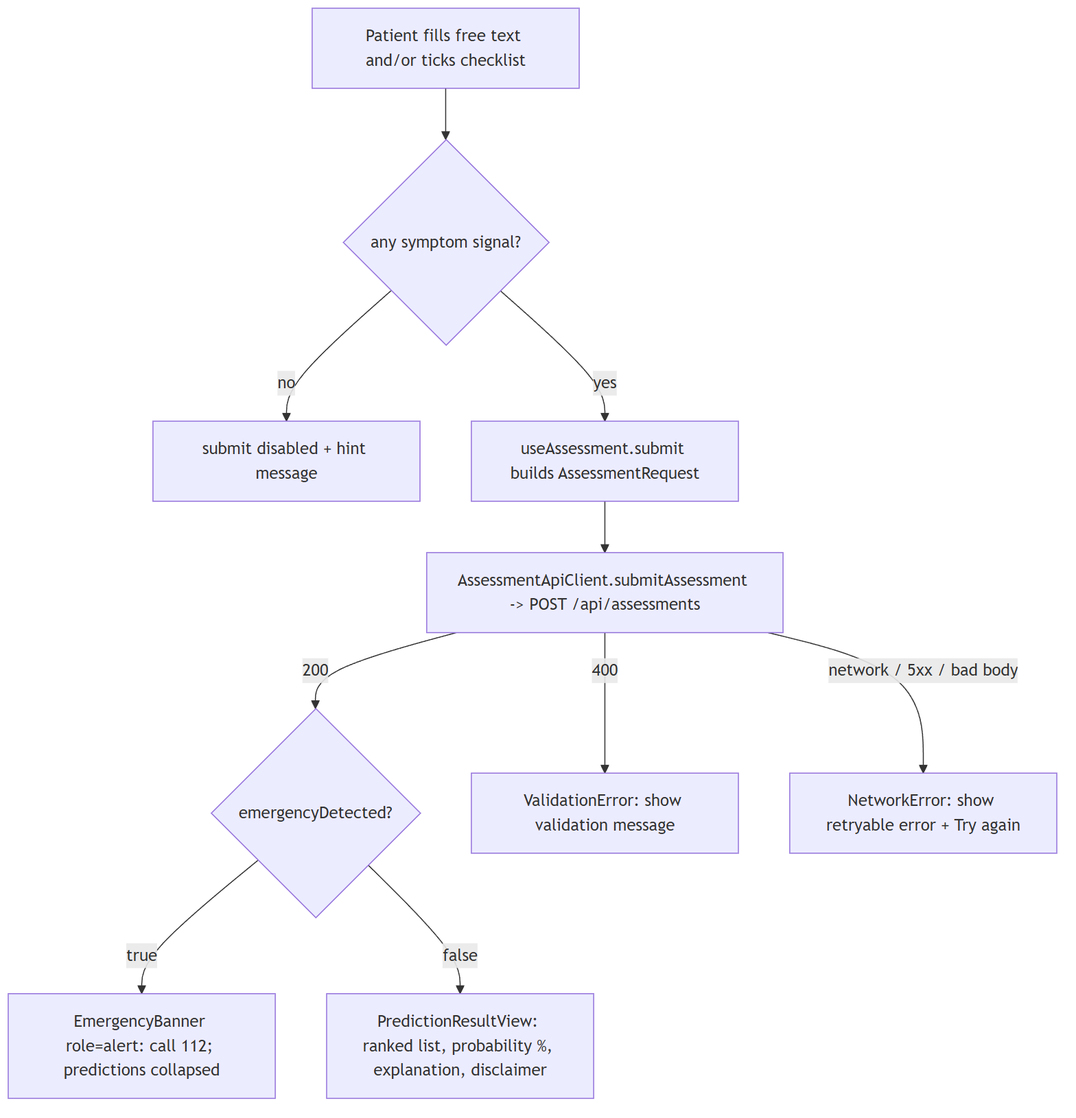
The Mermaid diagram docs/diagrams/iteration3/submit_flow.png in Disease-Prediction-ASET26/disease-prediction-fe, before a commit. Its source is kept beside it as docs/diagrams/iteration3/submit_flow.mmd.
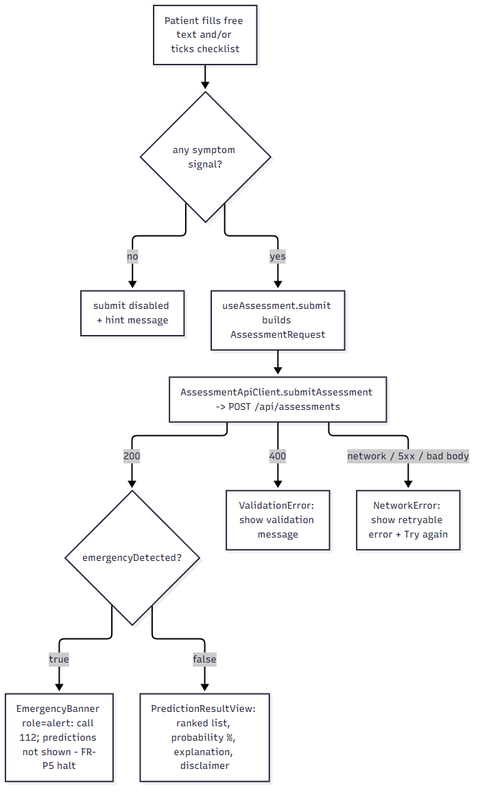
Above is the later version.

Commit message:
fix(web): halt predictions on the emergency path (FR-P5)

Change to the diagram source:
```diff
@@ -6,5 +6,5 @@
     E -->|200| F{emergencyDetected?}
     E -->|400| G[ValidationError: show validation message]
     E -->|network / 5xx / bad body| H[NetworkError: show retryable error + Try again]
-    F -->|true| I[EmergencyBanner role=alert: call 112; predictions collapsed]
+    F -->|true| I[EmergencyBanner role=alert: call 112; predictions not shown - FR-P5 halt]
     F -->|false| J[PredictionResultView: ranked list, probability %, explanation, disclaimer]
```
